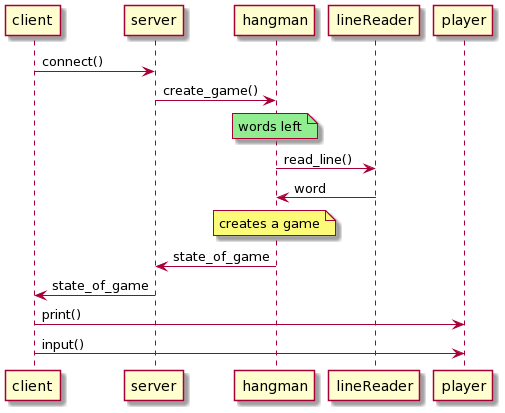
Before: serverinitgame.png, a diagram exported from PlantUML (RVLareu/tallerTP1). Its diagram source:
```plantuml
@startuml
client -> server : connect()
server -> hangman : create_game()
note over hangman #lightgreen: words left
hangman -> lineReader: read_line()
lineReader -> hangman: word
note over hangman: creates a game
hangman -> server : state_of_game
server -> client : state_of_game
client -> player : print()
client -> player : input()
@enduml
```
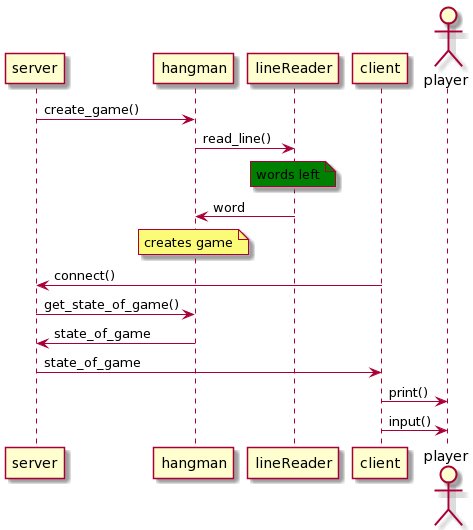
The same diagram one commit later.

Commit message:
sequence diagram 3

Diff of the diagram source:
```diff
@@ -1,12 +1,15 @@
 @startuml
+server -> hangman : create_game()
+
+hangman -> lineReader : read_line()
+note over lineReader #green: words left
+lineReader -> hangman : word
+note over hangman: creates game
 client -> server : connect()
-server -> hangman : create_game()
-note over hangman #lightgreen: words left
-hangman -> lineReader: read_line()
-lineReader -> hangman: word
-note over hangman: creates a game
+server -> hangman : get_state_of_game()
 hangman -> server : state_of_game
 server -> client : state_of_game
+actor player
 client -> player : print()
 client -> player : input()
 @enduml
```
